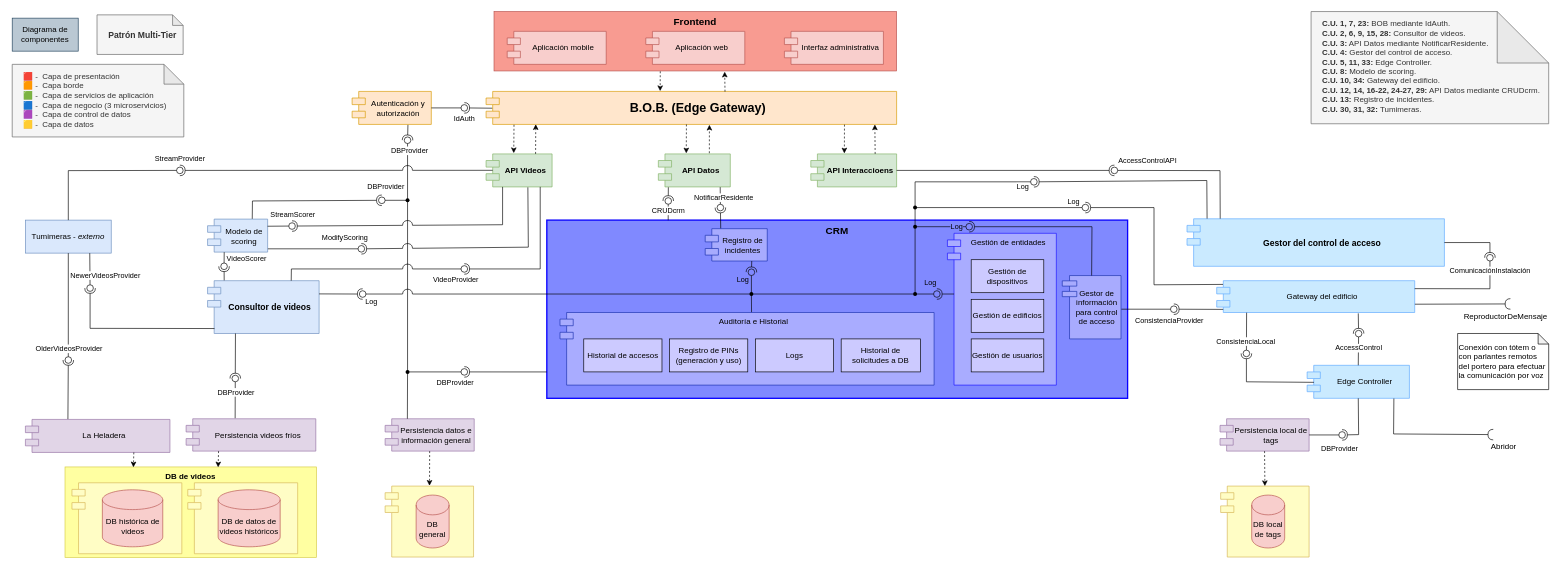
Before: Documentación de la arquitectura/Diagramas/Editables-drawio/Diagrama-de-componentes.drawio in LIMoreno04/Caso-de-estudio---WolfSys---Arquitectura, a draw.io diagram. Source tidied: cells renumbered, new cells numbered last; positions are measured from the earlier drawing's top-left corner, leaving out a move shared by most shapes. Both pictures are drawn from the tidied source at 66%, with x=0, y=0 at pixel (12, 11).
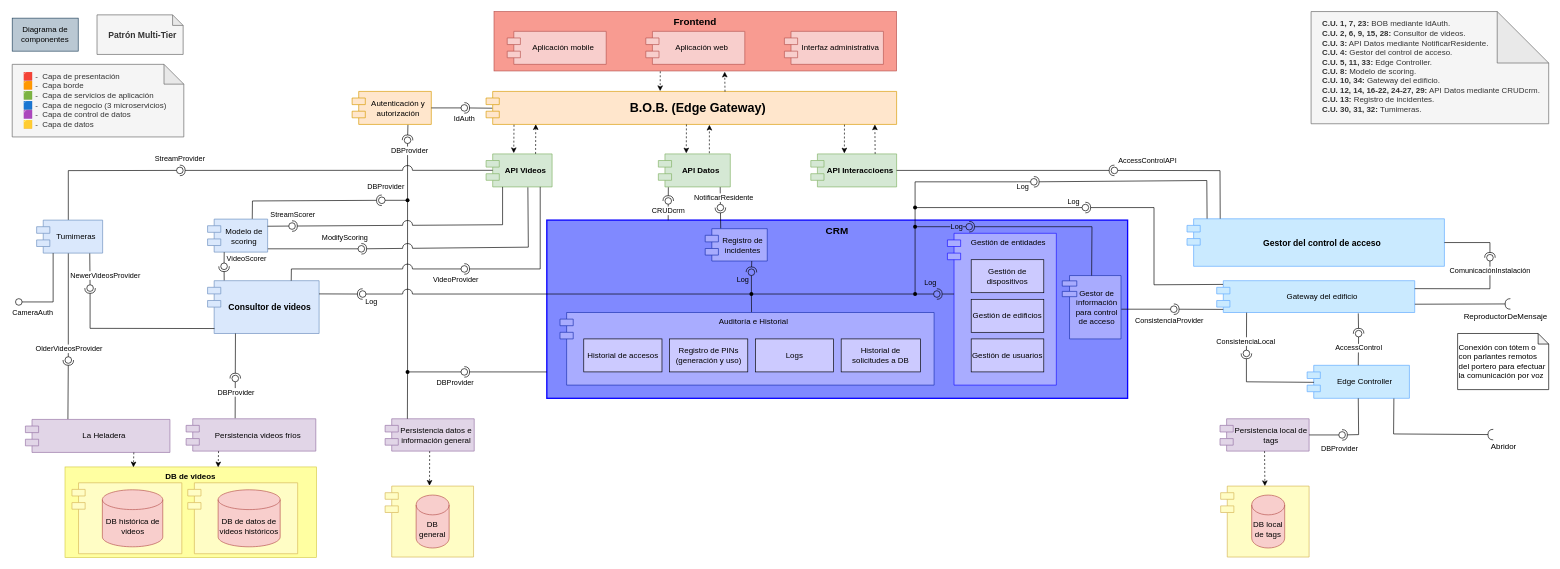
The same page after the edit.

Unchanged cells that the change refers to:
```xml
<mxCell id="33" style="ellipse;whiteSpace=wrap;html=1;align=center;fillColor=none;strokeColor=none;perimeter=centerPerimeter;points=[];outlineConnect=1;" parent="1" vertex="1">
  <mxGeometry x="249" y="235.7" width="10" height="10" as="geometry" />
</mxCell>
<mxCell id="69" style="ellipse;whiteSpace=wrap;html=1;align=center;fillColor=none;strokeColor=none;perimeter=centerPerimeter;points=[];outlineConnect=1;" parent="1" vertex="1">
  <mxGeometry x="80" y="523" width="10" height="10" as="geometry" />
</mxCell>
<mxCell id="73" style="ellipse;whiteSpace=wrap;html=1;align=center;fillColor=none;strokeColor=none;perimeter=centerPerimeter;points=[];outlineConnect=1;" parent="1" vertex="1">
  <mxGeometry x="113" y="414" width="10" height="10" as="geometry" />
</mxCell>
```

Change to the diagram source:
```diff
@@
-    <mxCell id="12" value="Tumimeras -&amp;nbsp;&lt;i&gt;externo&lt;/i&gt;" style="html=1;whiteSpace=wrap;fillColor=#dae8fc;strokeColor=#6c8ebf;fontStyle=0;" parent="1" vertex="1">
-      <mxGeometry x="20" y="316" width="130" height="50" as="geometry" />
-    </mxCell>
@@
-    <mxCell id="30" style="rounded=0;jettySize=auto;html=1;endArrow=oval;endFill=0;sketch=0;sourcePerimeterSpacing=0;targetPerimeterSpacing=0;endSize=10;exitX=0.5;exitY=0;exitDx=0;exitDy=0;entryX=0.22;entryY=0.54;entryDx=0;entryDy=0;entryPerimeter=0;jumpStyle=arc;jumpSize=15;" parent="1" edge="1" source="12" target="33">
+    <mxCell id="30" style="rounded=0;jettySize=auto;html=1;endArrow=oval;endFill=0;sketch=0;sourcePerimeterSpacing=0;targetPerimeterSpacing=0;endSize=10;exitX=0.5;exitY=0;exitDx=0;exitDy=0;entryX=0.22;entryY=0.54;entryDx=0;entryDy=0;entryPerimeter=0;jumpStyle=arc;jumpSize=15;" parent="1" edge="1" target="33">
       <mxGeometry relative="1" as="geometry">
+        <mxPoint x="85" y="316" as="sourcePoint" />
         <Array as="points">
           <mxPoint x="85" y="241" />
         </Array>
       </mxGeometry>
     </mxCell>
@@
-    <mxCell id="67" style="rounded=0;jettySize=auto;html=1;endArrow=oval;endFill=0;sketch=0;sourcePerimeterSpacing=0;targetPerimeterSpacing=0;endSize=10;exitX=0.5;exitY=1;exitDx=0;exitDy=0;" parent="1" edge="1" source="12" target="69">
-      <mxGeometry relative="1" as="geometry" />
+    <mxCell id="67" style="rounded=0;jettySize=auto;html=1;endArrow=oval;endFill=0;sketch=0;sourcePerimeterSpacing=0;targetPerimeterSpacing=0;endSize=10;exitX=0.5;exitY=1;exitDx=0;exitDy=0;" parent="1" edge="1" target="69">
+      <mxGeometry relative="1" as="geometry">
+        <mxPoint x="85" y="366" as="sourcePoint" />
+      </mxGeometry>
     </mxCell>
@@
-    <mxCell id="71" style="rounded=0;jettySize=auto;html=1;endArrow=oval;endFill=0;sketch=0;sourcePerimeterSpacing=0;targetPerimeterSpacing=0;endSize=10;exitX=0.75;exitY=1;exitDx=0;exitDy=0;" parent="1" edge="1" source="12" target="73">
-      <mxGeometry relative="1" as="geometry" />
+    <mxCell id="71" style="rounded=0;jettySize=auto;html=1;endArrow=oval;endFill=0;sketch=0;sourcePerimeterSpacing=0;targetPerimeterSpacing=0;endSize=10;exitX=0.75;exitY=1;exitDx=0;exitDy=0;" parent="1" edge="1" target="73">
+      <mxGeometry relative="1" as="geometry">
+        <mxPoint x="117.5" y="366" as="sourcePoint" />
+      </mxGeometry>
     </mxCell>
@@
-    <mxCell id="114" value="&lt;div&gt;&lt;b&gt;C.U. 1, 7, 23:&lt;/b&gt; BOB mediante IdAuth.&lt;/div&gt;&lt;div&gt;&lt;b&gt;C.U. 2, 6, 9, 15, 28:&lt;/b&gt; Consultor de videos.&lt;/div&gt;&lt;div&gt;&lt;b&gt;C.U. 3:&lt;/b&gt; API Datos mediante NotificarResidente.&lt;/div&gt;&lt;div&gt;&lt;b&gt;C.U. 4:&lt;/b&gt; Gestor del control de acceso.&lt;/div&gt;&lt;div&gt;&lt;b&gt;C.U. 5, 11, 33:&lt;/b&gt; Edge Controller.&lt;/div&gt;&lt;div&gt;&lt;b&gt;C.U. 8:&lt;/b&gt; Modelo de scoring.&lt;/div&gt;&lt;div&gt;&lt;b&gt;C.U. 10, 34:&lt;/b&gt; Gateway del edificio.&lt;/div&gt;&lt;div&gt;&lt;b&gt;C.U. 12, 14, 16-22, 24-27, 29:&lt;/b&gt; API Datos mediante CRUDcrm.&lt;/div&gt;&lt;div&gt;&lt;b&gt;C.U. 13:&lt;/b&gt; Registro de incidentes.&lt;/div&gt;&lt;div&gt;&lt;b&gt;C.U. 30, 31, 32:&lt;/b&gt; Tumimeras.&lt;/div&gt;" style="shape=note;whiteSpace=wrap;html=1;backgroundOutline=1;darkOpacity=0.05;align=left;verticalAlign=top;spacing=7;spacingLeft=10;fillColor=#f5f5f5;fontColor=#333333;strokeColor=#666666;size=78;" parent="1" vertex="1">
-      <mxGeometry x="1968" width="360" height="170" as="geometry" />
-    </mxCell>
@@
+    <mxCell id="190" value="Tumimeras" style="shape=module;align=left;spacingLeft=20;align=center;verticalAlign=middle;whiteSpace=wrap;html=1;fillColor=#dae8fc;strokeColor=#6c8ebf;" parent="1" vertex="1">
+      <mxGeometry x="37" y="316" width="100" height="50" as="geometry" />
+    </mxCell>
+    <mxCell id="191" style="rounded=0;jettySize=auto;html=1;endArrow=oval;endFill=0;sketch=0;sourcePerimeterSpacing=0;targetPerimeterSpacing=0;endSize=10;exitX=0.25;exitY=1;exitDx=0;exitDy=0;" parent="1" edge="1" source="190">
+      <mxGeometry relative="1" as="geometry">
+        <mxPoint x="10" y="440" as="targetPoint" />
+        <Array as="points">
+          <mxPoint x="62" y="440" />
+        </Array>
+      </mxGeometry>
+    </mxCell>
+    <mxCell id="192" value="CameraAuth" style="edgeLabel;html=1;align=center;verticalAlign=middle;" parent="191" vertex="1">
+      <mxGeometry x="0.69" relative="1" as="geometry">
+        <mxPoint y="16" as="offset" />
+      </mxGeometry>
+    </mxCell>
+    <mxCell id="114" value="&lt;div&gt;&lt;b&gt;C.U. 1, 7, 23:&lt;/b&gt; BOB mediante IdAuth.&lt;/div&gt;&lt;div&gt;&lt;b&gt;C.U. 2, 6, 9, 15, 28:&lt;/b&gt; Consultor de videos.&lt;/div&gt;&lt;div&gt;&lt;b&gt;C.U. 3:&lt;/b&gt; API Datos mediante NotificarResidente.&lt;/div&gt;&lt;div&gt;&lt;b&gt;C.U. 4:&lt;/b&gt; Gestor del control de acceso.&lt;/div&gt;&lt;div&gt;&lt;b&gt;C.U. 5, 11, 33:&lt;/b&gt; Edge Controller.&lt;/div&gt;&lt;div&gt;&lt;b&gt;C.U. 8:&lt;/b&gt; Modelo de scoring.&lt;/div&gt;&lt;div&gt;&lt;b&gt;C.U. 10, 34:&lt;/b&gt; Gateway del edificio.&lt;/div&gt;&lt;div&gt;&lt;b&gt;C.U. 12, 14, 16-22, 24-27, 29:&lt;/b&gt; API Datos mediante CRUDcrm.&lt;/div&gt;&lt;div&gt;&lt;b&gt;C.U. 13:&lt;/b&gt; Registro de incidentes.&lt;/div&gt;&lt;div&gt;&lt;b&gt;C.U. 30, 31, 32:&lt;/b&gt; Tumimeras.&lt;/div&gt;" style="shape=note;whiteSpace=wrap;html=1;backgroundOutline=1;darkOpacity=0.05;align=left;verticalAlign=top;spacing=7;spacingLeft=10;fillColor=#f5f5f5;fontColor=#333333;strokeColor=#666666;size=78;" parent="1" vertex="1">
+      <mxGeometry x="1968" width="360" height="170" as="geometry" />
+    </mxCell>
```
